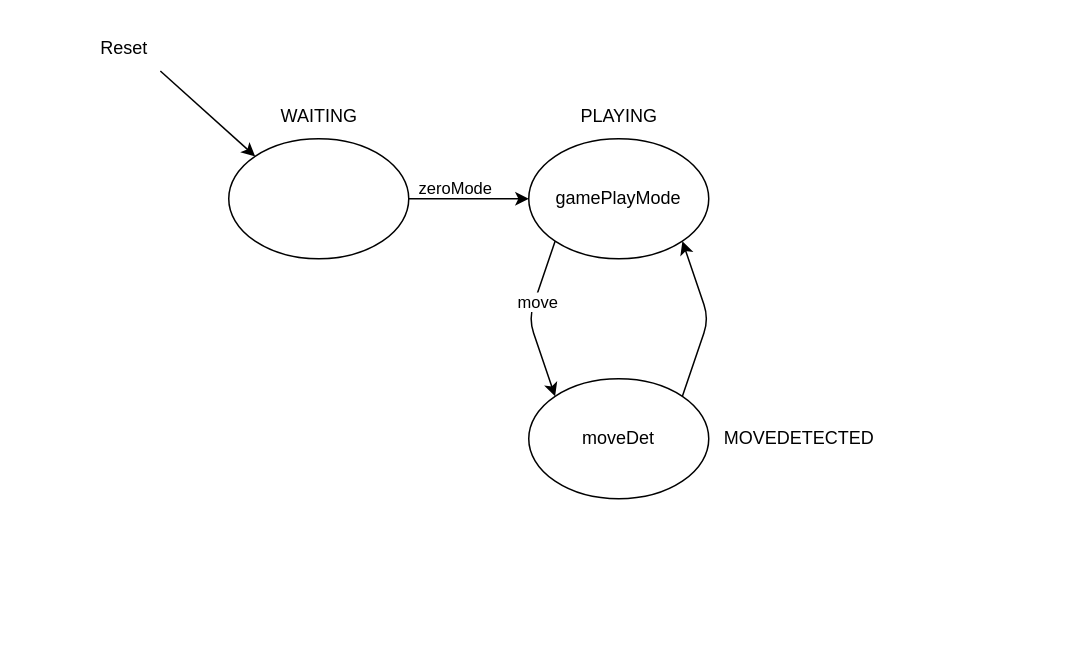
Above: Lab4_Mine_Sweep_Part2/Sources/Diagrams/SM_MoveDetect.drawio in rbrinson2/CPE-3020-VHDL_Design (draw.io), before the change. Source tidied: cells renumbered, new cells numbered last; positions are measured from the earlier drawing's top-left corner, leaving out a move shared by most shapes. Both pictures are drawn from the tidied source at 150%, with x=0, y=0 at pixel (86, 26).
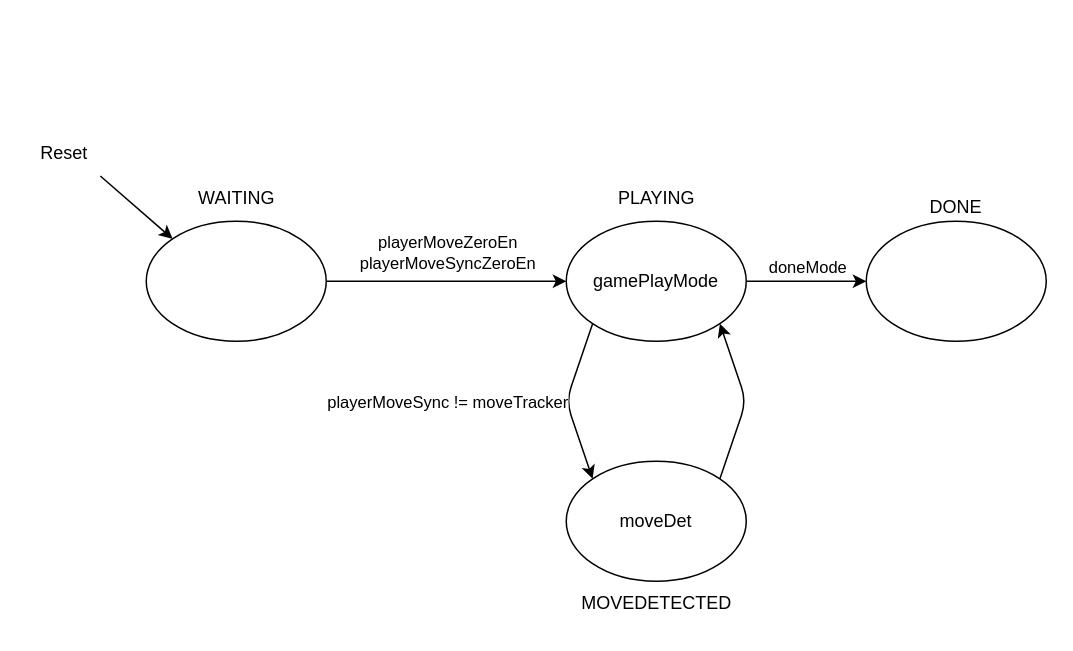
The same page after the edit.

Commit message:
Moved Detected FSM finished

Unchanged cells that the change refers to:
```xml
<mxCell id="4" style="edgeStyle=none;html=1;" parent="1" edge="1" source="6" target="10">
  <mxGeometry relative="1" as="geometry" />
</mxCell>
```

Diff of the diagram source:
```diff
@@
     <mxCell id="2" value="Reset" style="text;html=1;align=center;verticalAlign=middle;points=[];strokeColor=none;fillColor=none;" parent="1" vertex="1">
-      <mxGeometry width="50" height="30" as="geometry" />
+      <mxGeometry x="-40" y="70" width="50" height="30" as="geometry" />
     </mxCell>
@@
-    <mxCell id="5" value="zeroMode" style="edgeLabel;html=1;align=center;verticalAlign=middle;" parent="4" vertex="1">
+    <mxCell id="5" value="playerMoveZeroEn&lt;br&gt;playerMoveSyncZeroEn" style="edgeLabel;html=1;align=center;verticalAlign=middle;" parent="4" vertex="1">
       <mxGeometry x="-0.25" y="-2" relative="1" as="geometry">
-        <mxPoint y="-10" as="offset" />
+        <mxPoint x="20" y="-22" as="offset" />
       </mxGeometry>
     </mxCell>
     <mxCell id="6" style="ellipse;whiteSpace=wrap;html=1;" parent="1" vertex="1">
-      <mxGeometry x="95" y="75" width="120" height="80" as="geometry" />
+      <mxGeometry x="40" y="130" width="120" height="80" as="geometry" />
     </mxCell>
     <mxCell id="7" value="WAITING" style="text;html=1;align=center;verticalAlign=middle;strokeColor=none;fillColor=none;" parent="1" vertex="1">
-      <mxGeometry x="120" y="45" width="70" height="30" as="geometry" />
+      <mxGeometry x="65" y="100" width="70" height="30" as="geometry" />
     </mxCell>
     <mxCell id="8" style="edgeStyle=none;html=1;exitX=0;exitY=1;exitDx=0;exitDy=0;entryX=0;entryY=0;entryDx=0;entryDy=0;" parent="1" edge="1" source="10" target="13">
       <mxGeometry relative="1" as="geometry">
         <Array as="points">
-          <mxPoint x="295" y="195" />
+          <mxPoint x="320" y="250" />
         </Array>
       </mxGeometry>
     </mxCell>
-    <mxCell id="9" value="move" style="edgeLabel;html=1;align=center;verticalAlign=middle;" parent="8" vertex="1">
-      <mxGeometry x="-0.23" y="1" relative="1" as="geometry" />
+    <mxCell id="9" value="playerMoveSync != moveTracker" style="edgeLabel;html=1;align=center;verticalAlign=middle;" parent="8" vertex="1">
+      <mxGeometry x="-0.23" y="1" relative="1" as="geometry">
+        <mxPoint x="-85" y="12" as="offset" />
+      </mxGeometry>
     </mxCell>
+    <mxCell id="15" style="edgeStyle=none;html=1;exitX=1;exitY=0.5;exitDx=0;exitDy=0;entryX=0;entryY=0.5;entryDx=0;entryDy=0;" parent="1" edge="1" source="10" target="17">
+      <mxGeometry relative="1" as="geometry" />
+    </mxCell>
+    <mxCell id="16" value="doneMode" style="edgeLabel;html=1;align=center;verticalAlign=middle;" parent="15" vertex="1">
+      <mxGeometry x="-0.28" relative="1" as="geometry">
+        <mxPoint x="11" y="-10" as="offset" />
+      </mxGeometry>
+    </mxCell>
     <mxCell id="10" value="gamePlayMode" style="ellipse;whiteSpace=wrap;html=1;" parent="1" vertex="1">
-      <mxGeometry x="295" y="75" width="120" height="80" as="geometry" />
+      <mxGeometry x="320" y="130" width="120" height="80" as="geometry" />
     </mxCell>
     <mxCell id="11" value="PLAYING" style="text;html=1;align=center;verticalAlign=middle;strokeColor=none;fillColor=none;" parent="1" vertex="1">
-      <mxGeometry x="320" y="45" width="70" height="30" as="geometry" />
+      <mxGeometry x="345" y="100" width="70" height="30" as="geometry" />
     </mxCell>
     <mxCell id="12" style="edgeStyle=none;html=1;exitX=1;exitY=0;exitDx=0;exitDy=0;entryX=1;entryY=1;entryDx=0;entryDy=0;" parent="1" edge="1" source="13" target="10">
       <mxGeometry relative="1" as="geometry">
         <Array as="points">
-          <mxPoint x="415" y="195" />
+          <mxPoint x="440" y="250" />
         </Array>
       </mxGeometry>
     </mxCell>
     <mxCell id="13" value="moveDet" style="ellipse;whiteSpace=wrap;html=1;" parent="1" vertex="1">
-      <mxGeometry x="295" y="235" width="120" height="80" as="geometry" />
+      <mxGeometry x="320" y="290" width="120" height="80" as="geometry" />
     </mxCell>
     <mxCell id="14" value="MOVEDETECTED" style="text;html=1;align=center;verticalAlign=middle;strokeColor=none;fillColor=none;" parent="1" vertex="1">
-      <mxGeometry x="415" y="260" width="120" height="30" as="geometry" />
+      <mxGeometry x="320" y="370" width="120" height="30" as="geometry" />
     </mxCell>
+    <mxCell id="17" style="ellipse;whiteSpace=wrap;html=1;" parent="1" vertex="1">
+      <mxGeometry x="520" y="130" width="120" height="80" as="geometry" />
+    </mxCell>
+    <mxCell id="18" value="DONE" style="text;html=1;strokeColor=none;fillColor=none;align=center;verticalAlign=middle;whiteSpace=wrap;rounded=0;" parent="1" vertex="1">
+      <mxGeometry x="550" y="106" width="60" height="30" as="geometry" />
+    </mxCell>
```
